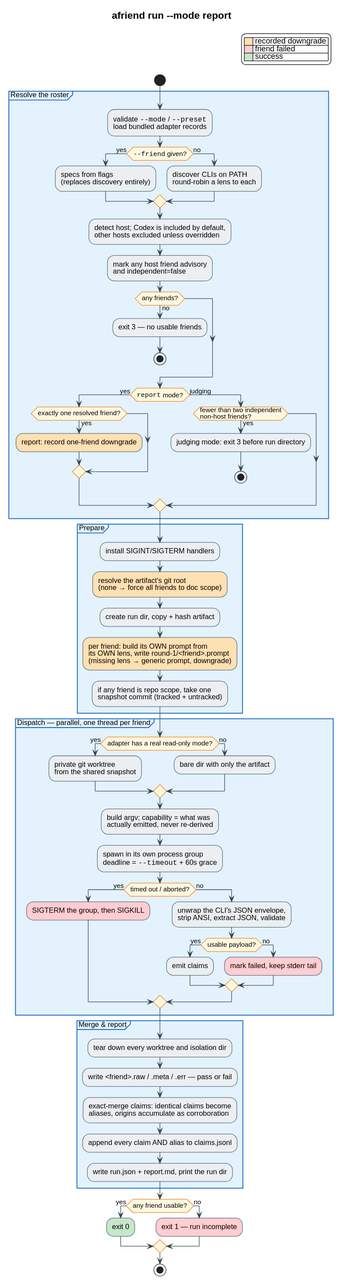
This is docs/architecture/run-flow.svg from livingstaccato/adversarial-friends, a PlantUML export, as it was before one commit.
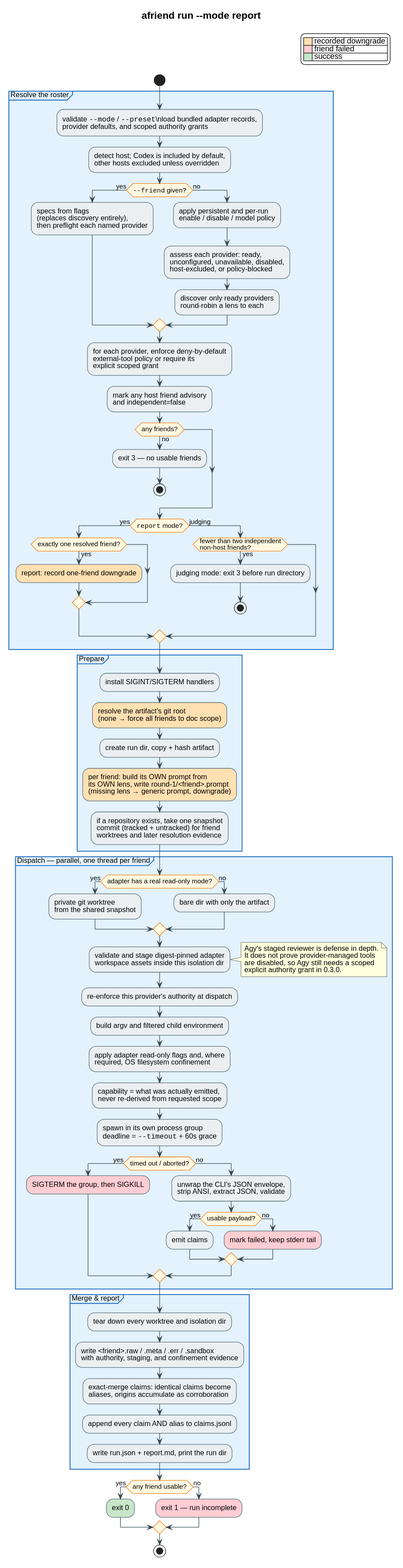
After the commit.

Change to the diagram source:
```diff
@@ -27,13 +27,17 @@
 start
 
 partition "Resolve the roster" {
-  :validate ""--mode"" / ""--preset""\nload bundled adapter records;
+  :validate ""--mode"" / ""--preset""\nload bundled adapter records,
+  provider defaults, and scoped authority grants;
+  :detect host; Codex is included by default,\nother hosts excluded unless overridden;
   if (""--friend"" given?) then (yes)
-    :specs from flags\n(replaces discovery entirely);
+    :specs from flags\n(replaces discovery entirely),\nthen preflight each named provider;
   else (no)
-    :discover CLIs on PATH\nround-robin a lens to each;
+    :apply persistent and per-run\nenable / disable / model policy;
+    :assess each provider: ready,\nunconfigured, unavailable, disabled,\nhost-excluded, or policy-blocked;
+    :discover only ready providers\nround-robin a lens to each;
   endif
-  :detect host; Codex is included by default,\nother hosts excluded unless overridden;
+  :for each provider, enforce deny-by-default\nexternal-tool policy or require its\nexplicit scoped grant;
   :mark any host friend advisory\nand independent=false;
   if (any friends?) then (no)
     :exit 3 — no usable friends;
@@ -56,7 +60,7 @@
   :resolve the artifact's git root\n(none → force all friends to doc scope);<<#FFE0B2>>
   :create run dir, copy + hash artifact;
   :per friend: build its OWN prompt from\nits OWN lens, write round-1/<friend>.prompt\n(missing lens → generic prompt, downgrade);<<#FFE0B2>>
-  :if any friend is repo scope, take one\nsnapshot commit (tracked + untracked);
+  :if a repository exists, take one snapshot\ncommit (tracked + untracked) for friend\nworktrees and later resolution evidence;
 }
 
 partition "Dispatch — parallel, one thread per friend" {
@@ -65,7 +69,17 @@
   else (no)
     :bare dir with only the artifact;
   endif
-  :build argv; capability = what was\nactually emitted, never re-derived;
+  :validate and stage digest-pinned adapter\nworkspace assets inside this isolation dir;
+  note right
+    Agy's staged reviewer is defense in depth.
+    It does not prove provider-managed tools
+    are disabled, so Agy still needs a scoped
+    explicit authority grant in 0.3.0.
+  end note
+  :re-enforce this provider's authority at dispatch;
+  :build argv and filtered child environment;
+  :apply adapter read-only flags and, where\nrequired, OS filesystem confinement;
+  :capability = what was actually emitted,\nnever re-derived from requested scope;
   :spawn in its own process group\ndeadline = ""--timeout"" + 60s grace;
   if (timed out / aborted?) then (yes)
     :SIGTERM the group, then SIGKILL;<<#FFCDD2>>
@@ -81,7 +95,7 @@
 
 partition "Merge & report" {
   :tear down every worktree and isolation dir;
-  :write <friend>.raw / .meta / .err — pass or fail;
+  :write <friend>.raw / .meta / .err / .sandbox\nwith authority, staging, and confinement evidence;
   :exact-merge claims: identical claims become\naliases, origins accumulate as corroboration;
   :append every claim AND alias to claims.jsonl;
   :write run.json + report.md, print the run dir;
```
